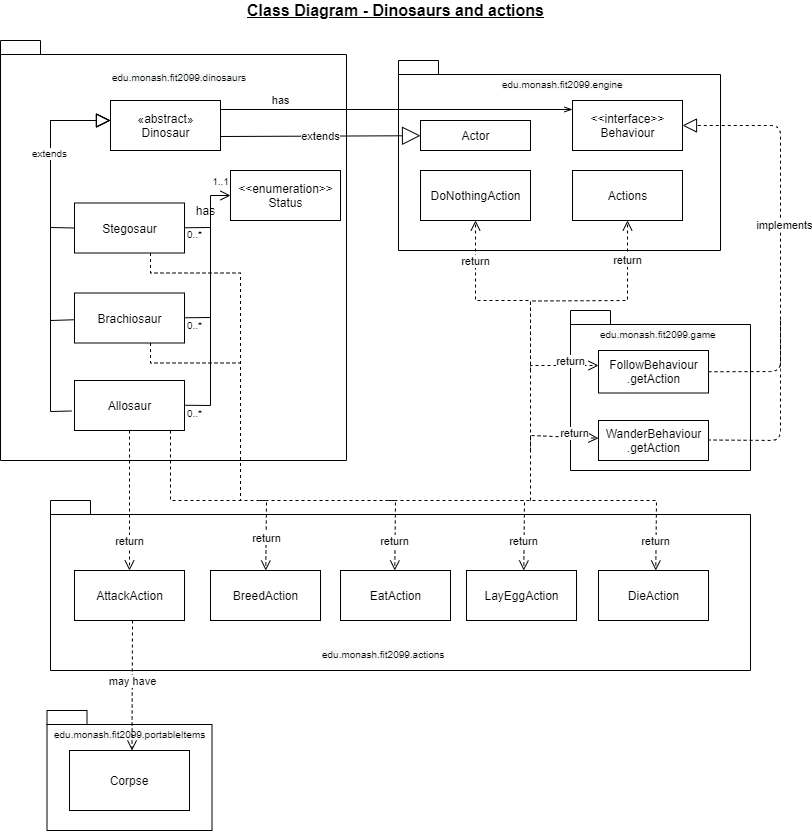
Earlier version of the draw.io export assignment_workings/ClassDiagram - dinosaurs and actions.png (mltw/fit2099-jurassic-park-2021). Source tidied: cells renumbered, new cells last; positions are measured from the earlier drawing's top-left corner, leaving out a move shared by most shapes.
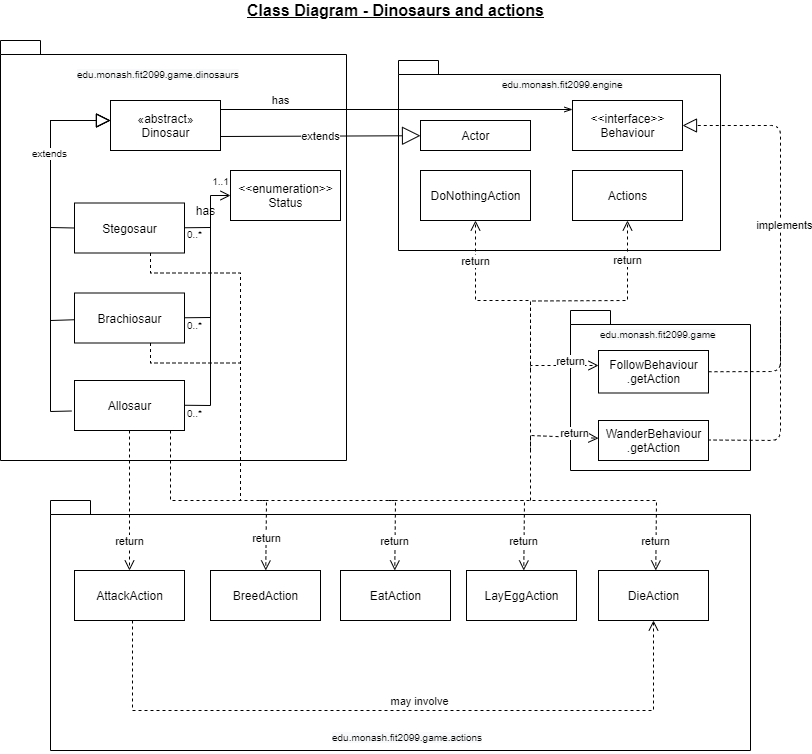
After the change.

Commit message:
update class diagrams

Diff of the diagram source:
```diff
@@ -2,9 +2,9 @@
   <root>
     <mxCell id="0" />
     <mxCell id="1" parent="0" />
-    <mxCell id="2" style="shape=folder;fontStyle=1;spacingTop=10;tabWidth=40;tabHeight=14;tabPosition=left;html=1;" parent="1" vertex="1">
-      <mxGeometry x="50" y="500" width="700" height="170" as="geometry" />
-    </mxCell>
+    <mxCell id="59" style="shape=folder;fontStyle=1;spacingTop=10;tabWidth=40;tabHeight=14;tabPosition=left;html=1;" parent="1" vertex="1">
+      <mxGeometry x="50" y="500" width="700" height="250" as="geometry" />
+    </mxCell>
     <mxCell id="3" style="shape=folder;fontStyle=1;spacingTop=10;tabWidth=40;tabHeight=14;tabPosition=left;html=1;" parent="1" vertex="1">
       <mxGeometry x="398" y="60" width="322" height="190" as="geometry" />
     </mxCell>
@@ -62,8 +62,8 @@
     <mxCell id="15" value="«abstract»&lt;br&gt;Dinosaur" style="html=1;" parent="1" vertex="1">
       <mxGeometry x="110" y="100" width="110" height="50" as="geometry" />
     </mxCell>
-    <mxCell id="16" value="&lt;span style=&quot;color: rgb(0 , 0 , 0) ; font-family: &amp;#34;helvetica&amp;#34; ; font-size: 10px ; font-style: normal ; font-weight: 400 ; letter-spacing: normal ; text-align: center ; text-indent: 0px ; text-transform: none ; word-spacing: 0px ; background-color: rgb(248 , 249 , 250) ; display: inline ; float: none&quot;&gt;edu.monash.fit2099.dinosaurs&lt;/span&gt;" style="text;whiteSpace=wrap;html=1;" parent="1" vertex="1">
-      <mxGeometry x="110" y="63" width="160" height="30" as="geometry" />
+    <mxCell id="16" value="&lt;span style=&quot;color: rgb(0 , 0 , 0) ; font-family: &amp;#34;helvetica&amp;#34; ; font-size: 10px ; font-style: normal ; font-weight: 400 ; letter-spacing: normal ; text-align: center ; text-indent: 0px ; text-transform: none ; word-spacing: 0px ; background-color: rgb(248 , 249 , 250) ; display: inline ; float: none&quot;&gt;edu.monash.fit2099.game.dinosaurs&lt;/span&gt;" style="text;whiteSpace=wrap;html=1;" parent="1" vertex="1">
+      <mxGeometry x="75" y="60" width="160" height="30" as="geometry" />
     </mxCell>
     <mxCell id="17" value="extends" style="endArrow=block;endSize=16;endFill=0;html=1;" parent="1" edge="1" target="9">
       <mxGeometry relative="1" as="geometry">
@@ -225,8 +225,8 @@
     <mxCell id="42" value="&lt;span style=&quot;color: rgb(0 , 0 , 0) ; font-family: &amp;#34;helvetica&amp;#34; ; font-size: 10px ; font-style: normal ; font-weight: 400 ; letter-spacing: normal ; text-align: center ; text-indent: 0px ; text-transform: none ; word-spacing: 0px ; background-color: rgb(248 , 249 , 250) ; display: inline ; float: none&quot;&gt;edu.monash.fit2099.game&lt;/span&gt;" style="text;whiteSpace=wrap;html=1;" parent="1" vertex="1">
       <mxGeometry x="598" y="320" width="160" height="30" as="geometry" />
     </mxCell>
-    <mxCell id="43" value="&lt;span style=&quot;color: rgb(0 , 0 , 0) ; font-family: &amp;#34;helvetica&amp;#34; ; font-size: 10px ; font-style: normal ; font-weight: 400 ; letter-spacing: normal ; text-align: center ; text-indent: 0px ; text-transform: none ; word-spacing: 0px ; background-color: rgb(248 , 249 , 250) ; display: inline ; float: none&quot;&gt;edu.monash.fit2099.actions&lt;/span&gt;" style="text;whiteSpace=wrap;html=1;" parent="1" vertex="1">
-      <mxGeometry x="320" y="640" width="160" height="30" as="geometry" />
+    <mxCell id="43" value="&lt;span style=&quot;color: rgb(0 , 0 , 0) ; font-family: &amp;#34;helvetica&amp;#34; ; font-size: 10px ; font-style: normal ; font-weight: 400 ; letter-spacing: normal ; text-align: center ; text-indent: 0px ; text-transform: none ; word-spacing: 0px ; background-color: rgb(248 , 249 , 250) ; display: inline ; float: none&quot;&gt;edu.monash.fit2099.game.actions&lt;/span&gt;" style="text;whiteSpace=wrap;html=1;" parent="1" vertex="1">
+      <mxGeometry x="330" y="723" width="160" height="30" as="geometry" />
     </mxCell>
     <mxCell id="44" value="&lt;font size=&quot;1&quot;&gt;&lt;b style=&quot;font-size: 16px&quot;&gt;&lt;u&gt;Class Diagram - Dinosaurs and actions&lt;/u&gt;&lt;/b&gt;&lt;/font&gt;" style="text;html=1;align=center;verticalAlign=middle;strokeColor=none;" parent="1" vertex="1">
       <mxGeometry x="240" width="310" height="20" as="geometry" />
@@ -276,18 +276,13 @@
         </Array>
       </mxGeometry>
     </mxCell>
-    <mxCell id="55" style="shape=folder;fontStyle=1;spacingTop=10;tabWidth=40;tabHeight=14;tabPosition=left;html=1;" parent="1" vertex="1">
-      <mxGeometry x="46.5" y="710" width="165" height="120" as="geometry" />
-    </mxCell>
-    <mxCell id="56" value="Corpse" style="rounded=0;whiteSpace=wrap;html=1;" parent="1" vertex="1">
-      <mxGeometry x="69" y="750" width="120" height="60" as="geometry" />
-    </mxCell>
-    <mxCell id="57" value="&lt;span style=&quot;color: rgb(0 , 0 , 0) ; font-family: &amp;#34;helvetica&amp;#34; ; font-size: 10px ; font-style: normal ; font-weight: 400 ; letter-spacing: normal ; text-align: center ; text-indent: 0px ; text-transform: none ; word-spacing: 0px ; background-color: rgb(248 , 249 , 250) ; display: inline ; float: none&quot;&gt;edu.monash.fit2099.portableItems&lt;/span&gt;" style="text;whiteSpace=wrap;html=1;" parent="1" vertex="1">
-      <mxGeometry x="51.5" y="720" width="160" height="30" as="geometry" />
-    </mxCell>
-    <mxCell id="58" value="may have" style="html=1;verticalAlign=bottom;endArrow=open;dashed=1;endSize=8;entryX=0.5;entryY=1;entryDx=0;entryDy=0;" parent="1" edge="1" target="57">
+    <mxCell id="58" value="may involve" style="html=1;verticalAlign=bottom;endArrow=open;dashed=1;endSize=8;entryX=0.5;entryY=1;entryDx=0;entryDy=0;rounded=0;" parent="1" edge="1" target="27">
       <mxGeometry x="0.08" relative="1" as="geometry">
         <mxPoint x="132" y="620" as="sourcePoint" />
+        <Array as="points">
+          <mxPoint x="132" y="710" />
+          <mxPoint x="653" y="710" />
+        </Array>
       </mxGeometry>
     </mxCell>
   </root>
```
